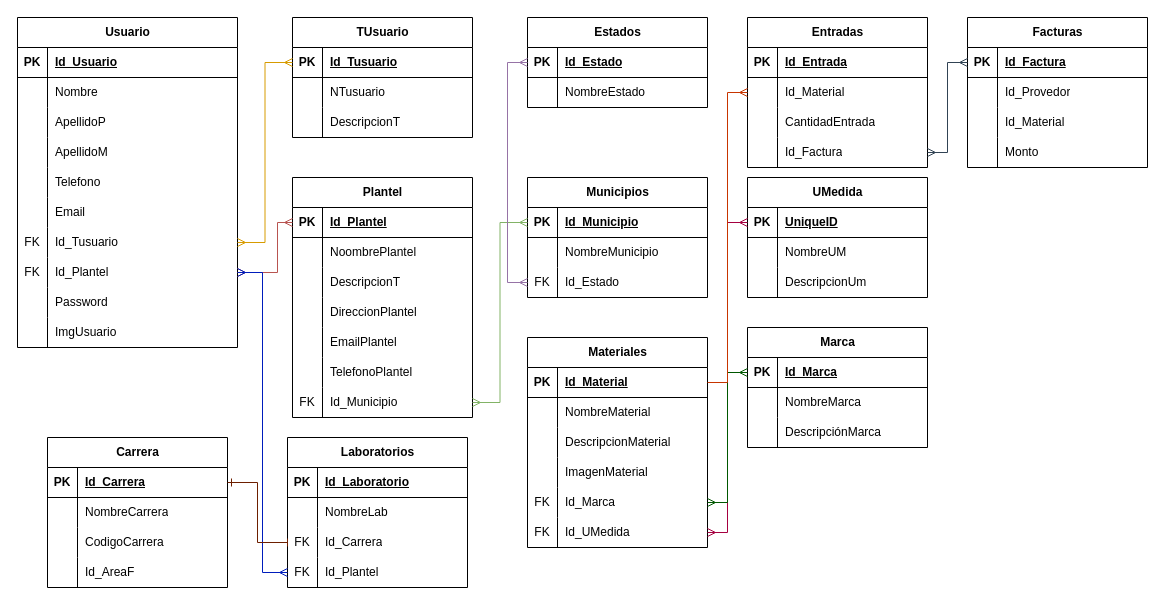
Before: page "Modelo_Relacional" (2 of 2) of Diagrama sin título.drawio in JlchavezG/ContruccionBd, a draw.io diagram. Source tidied: cells renumbered, new cells numbered last; positions are measured from the earlier drawing's top-left corner, leaving out a move shared by most shapes. Both pictures are drawn from the tidied source at 100%, with x=0, y=0 at pixel (17, 17).
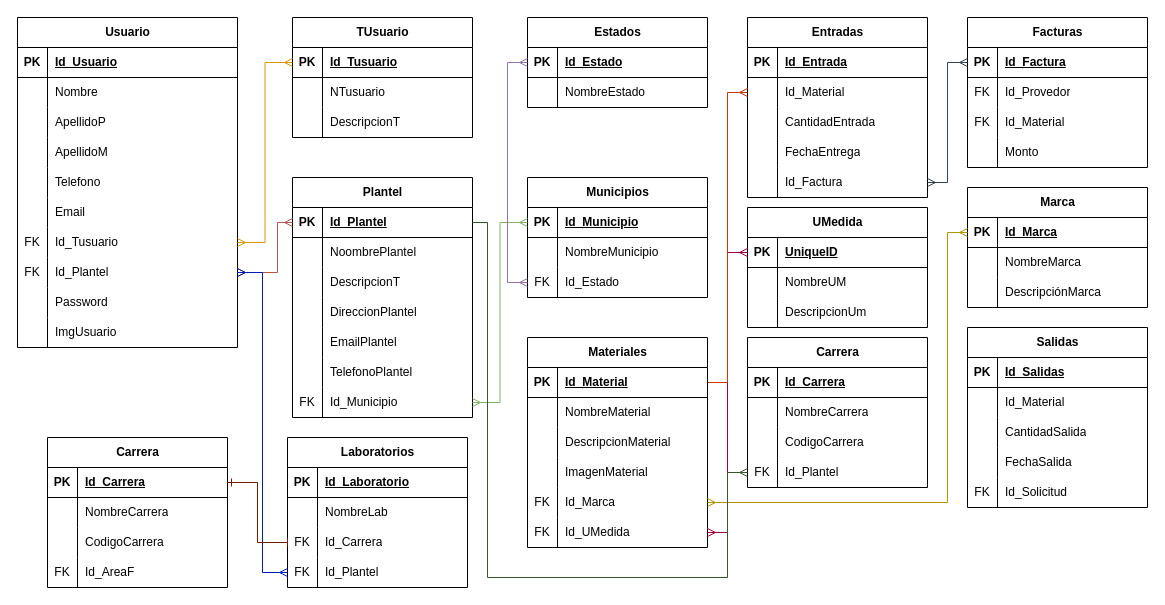
The same diagram, later.

The change refers to these unchanged cells:
```xml
<mxCell id="45" style="shape=tableRow;horizontal=0;startSize=0;swimlaneHead=0;swimlaneBody=0;fillColor=none;points=[[0,0.5],[1,0.5]];portConstraint=eastwest;top=0;left=0;right=0;bottom=1;" parent="44" vertex="1">
  <mxGeometry y="30" width="180" height="30" as="geometry" />
</mxCell>
<mxCell id="113" style="shape=tableRow;horizontal=0;startSize=0;swimlaneHead=0;swimlaneBody=0;fillColor=none;points=[[0,0.5],[1,0.5]];portConstraint=eastwest;top=0;left=0;right=0;bottom=0;" parent="100" vertex="1">
  <mxGeometry y="150" width="180" height="30" as="geometry" />
</mxCell>
<mxCell id="131" style="shape=tableRow;horizontal=0;startSize=0;swimlaneHead=0;swimlaneBody=0;fillColor=none;points=[[0,0.5],[1,0.5]];portConstraint=eastwest;top=0;left=0;right=0;bottom=1;" parent="130" vertex="1">
  <mxGeometry y="30" width="180" height="30" as="geometry" />
</mxCell>
<mxCell id="151" style="shape=tableRow;horizontal=0;startSize=0;swimlaneHead=0;swimlaneBody=0;fillColor=none;top=0;left=0;right=0;bottom=0;" parent="141" vertex="1">
  <mxGeometry y="120" width="180" height="30" as="geometry" />
</mxCell>
<mxCell id="172" style="shape=tableRow;horizontal=0;startSize=0;swimlaneHead=0;swimlaneBody=0;fillColor=none;top=0;left=0;right=0;bottom=0;" parent="168" vertex="1">
  <mxGeometry y="60" width="180" height="30" as="geometry" />
</mxCell>
<mxCell id="175" style="shape=tableRow;horizontal=0;startSize=0;swimlaneHead=0;swimlaneBody=0;fillColor=none;top=0;left=0;right=0;bottom=0;" parent="168" vertex="1">
  <mxGeometry y="90" width="180" height="30" as="geometry" />
</mxCell>
```

The edit, as a diff of the source:
```diff
@@
     <mxCell id="119" value="UMedida" style="shape=table;startSize=30;childLayout=tableLayout;rowLines=0;fontStyle=1;align=center;html=1;" parent="1" vertex="1">
-      <mxGeometry x="730" y="160" width="180" height="120" as="geometry" />
+      <mxGeometry x="730" y="190" width="180" height="120" as="geometry" />
     </mxCell>
@@
     <mxCell id="130" value="Marca" style="shape=table;startSize=30;childLayout=tableLayout;rowLines=0;fontStyle=1;align=center;html=1;" parent="1" vertex="1">
-      <mxGeometry x="730" y="310" width="180" height="120" as="geometry" />
+      <mxGeometry x="950" y="170" width="180" height="120" as="geometry" />
     </mxCell>
@@
-    <mxCell id="140" style="edgeStyle=orthogonalEdgeStyle;rounded=0;jettySize=auto;html=1;entryX=1;entryY=0.5;entryDx=0;entryDy=0;fillColor=#008a00;strokeColor=#005700;startArrow=ERmany;startFill=0;endArrow=ERmany;endFill=0;" parent="1" edge="1" source="131" target="113">
-      <mxGeometry relative="1" as="geometry" />
-    </mxCell>
@@
-    <mxCell id="152" style="shape=partialRectangle;fillColor=none;top=0;left=0;bottom=0;right=0;overflow=hidden;whiteSpace=wrap;html=1;" parent="151" vertex="1">
+    <mxCell id="152" value="FK" style="shape=partialRectangle;fillColor=none;top=0;left=0;bottom=0;right=0;overflow=hidden;whiteSpace=wrap;html=1;" parent="151" vertex="1">
       <mxGeometry width="30" height="30" as="geometry" />
     </mxCell>
@@
     <mxCell id="155" value="Entradas" style="shape=table;startSize=30;childLayout=tableLayout;rowLines=0;fontStyle=1;align=center;html=1;" parent="1" vertex="1">
-      <mxGeometry x="730" width="180" height="150" as="geometry" />
+      <mxGeometry x="730" width="180" height="180" as="geometry" />
     </mxCell>
@@
+    <mxCell id="183" style="shape=tableRow;horizontal=0;startSize=0;swimlaneHead=0;swimlaneBody=0;fillColor=none;top=0;left=0;right=0;bottom=0;" parent="155" vertex="1">
+      <mxGeometry y="120" width="180" height="30" as="geometry" />
+    </mxCell>
+    <mxCell id="184" style="shape=partialRectangle;fillColor=none;top=0;left=0;bottom=0;right=0;overflow=hidden;whiteSpace=wrap;html=1;" parent="183" vertex="1">
+      <mxGeometry width="30" height="30" as="geometry" />
+    </mxCell>
+    <mxCell id="185" value="FechaEntrega" style="shape=partialRectangle;fillColor=none;top=0;left=0;bottom=0;right=0;align=left;spacingLeft=6;overflow=hidden;whiteSpace=wrap;html=1;" parent="183" vertex="1">
+      <mxGeometry x="30" width="150" height="30" as="geometry" />
+    </mxCell>
     <mxCell id="165" style="shape=tableRow;horizontal=0;startSize=0;swimlaneHead=0;swimlaneBody=0;fillColor=none;points=[[0,0.5],[1,0.5]];portConstraint=eastwest;top=0;left=0;right=0;bottom=0;" parent="155" vertex="1">
-      <mxGeometry y="120" width="180" height="30" as="geometry" />
+      <mxGeometry y="150" width="180" height="30" as="geometry" />
     </mxCell>
@@
-    <mxCell id="173" style="shape=partialRectangle;fillColor=none;top=0;left=0;bottom=0;right=0;overflow=hidden;whiteSpace=wrap;html=1;" parent="172" vertex="1">
+    <mxCell id="173" value="FK" style="shape=partialRectangle;fillColor=none;top=0;left=0;bottom=0;right=0;overflow=hidden;whiteSpace=wrap;html=1;" parent="172" vertex="1">
       <mxGeometry width="30" height="30" as="geometry" />
     </mxCell>
@@
-    <mxCell id="176" style="shape=partialRectangle;fillColor=none;top=0;left=0;bottom=0;right=0;overflow=hidden;whiteSpace=wrap;html=1;" parent="175" vertex="1">
+    <mxCell id="176" value="FK" style="shape=partialRectangle;fillColor=none;top=0;left=0;bottom=0;right=0;overflow=hidden;whiteSpace=wrap;html=1;" parent="175" vertex="1">
       <mxGeometry width="30" height="30" as="geometry" />
     </mxCell>
@@
+    <mxCell id="140" style="edgeStyle=orthogonalEdgeStyle;rounded=0;jettySize=auto;html=1;entryX=1;entryY=0.5;entryDx=0;entryDy=0;fillColor=#e3c800;strokeColor=#B09500;startArrow=ERmany;startFill=0;endArrow=ERmany;endFill=0;" parent="1" edge="1" source="131" target="113">
+      <mxGeometry relative="1" as="geometry">
+        <Array as="points">
+          <mxPoint x="930" y="215" />
+          <mxPoint x="930" y="485" />
+        </Array>
+      </mxGeometry>
+    </mxCell>
+    <mxCell id="186" value="Salidas" style="shape=table;startSize=30;childLayout=tableLayout;rowLines=0;fontStyle=1;align=center;html=1;" parent="1" vertex="1">
+      <mxGeometry x="950" y="310" width="180" height="180" as="geometry" />
+    </mxCell>
+    <mxCell id="187" style="shape=tableRow;horizontal=0;startSize=0;swimlaneHead=0;swimlaneBody=0;fillColor=none;top=0;left=0;right=0;bottom=1;" parent="186" vertex="1">
+      <mxGeometry y="30" width="180" height="30" as="geometry" />
+    </mxCell>
+    <mxCell id="188" value="PK" style="shape=partialRectangle;fillColor=none;top=0;left=0;bottom=0;right=0;fontStyle=1;overflow=hidden;whiteSpace=wrap;html=1;" parent="187" vertex="1">
+      <mxGeometry width="30" height="30" as="geometry" />
+    </mxCell>
+    <mxCell id="189" value="Id_Salidas" style="shape=partialRectangle;fillColor=none;top=0;left=0;bottom=0;right=0;align=left;spacingLeft=6;fontStyle=5;overflow=hidden;whiteSpace=wrap;html=1;" parent="187" vertex="1">
+      <mxGeometry x="30" width="150" height="30" as="geometry" />
+    </mxCell>
+    <mxCell id="190" style="shape=tableRow;horizontal=0;startSize=0;swimlaneHead=0;swimlaneBody=0;fillColor=none;top=0;left=0;right=0;bottom=0;" parent="186" vertex="1">
+      <mxGeometry y="60" width="180" height="30" as="geometry" />
+    </mxCell>
+    <mxCell id="191" style="shape=partialRectangle;fillColor=none;top=0;left=0;bottom=0;right=0;overflow=hidden;whiteSpace=wrap;html=1;" parent="190" vertex="1">
+      <mxGeometry width="30" height="30" as="geometry" />
+    </mxCell>
+    <mxCell id="192" value="Id_Material" style="shape=partialRectangle;fillColor=none;top=0;left=0;bottom=0;right=0;align=left;spacingLeft=6;overflow=hidden;whiteSpace=wrap;html=1;" parent="190" vertex="1">
+      <mxGeometry x="30" width="150" height="30" as="geometry" />
+    </mxCell>
+    <mxCell id="193" style="shape=tableRow;horizontal=0;startSize=0;swimlaneHead=0;swimlaneBody=0;fillColor=none;top=0;left=0;right=0;bottom=0;" parent="186" vertex="1">
+      <mxGeometry y="90" width="180" height="30" as="geometry" />
+    </mxCell>
+    <mxCell id="194" style="shape=partialRectangle;fillColor=none;top=0;left=0;bottom=0;right=0;overflow=hidden;whiteSpace=wrap;html=1;" parent="193" vertex="1">
+      <mxGeometry width="30" height="30" as="geometry" />
+    </mxCell>
+    <mxCell id="195" value="CantidadSalida" style="shape=partialRectangle;fillColor=none;top=0;left=0;bottom=0;right=0;align=left;spacingLeft=6;overflow=hidden;whiteSpace=wrap;html=1;" parent="193" vertex="1">
+      <mxGeometry x="30" width="150" height="30" as="geometry" />
+    </mxCell>
+    <mxCell id="196" style="shape=tableRow;horizontal=0;startSize=0;swimlaneHead=0;swimlaneBody=0;fillColor=none;top=0;left=0;right=0;bottom=0;" parent="186" vertex="1">
+      <mxGeometry y="120" width="180" height="30" as="geometry" />
+    </mxCell>
+    <mxCell id="197" style="shape=partialRectangle;fillColor=none;top=0;left=0;bottom=0;right=0;overflow=hidden;whiteSpace=wrap;html=1;" parent="196" vertex="1">
+      <mxGeometry width="30" height="30" as="geometry" />
+    </mxCell>
+    <mxCell id="198" value="FechaSalida" style="shape=partialRectangle;fillColor=none;top=0;left=0;bottom=0;right=0;align=left;spacingLeft=6;overflow=hidden;whiteSpace=wrap;html=1;" parent="196" vertex="1">
+      <mxGeometry x="30" width="150" height="30" as="geometry" />
+    </mxCell>
+    <mxCell id="199" style="shape=tableRow;horizontal=0;startSize=0;swimlaneHead=0;swimlaneBody=0;fillColor=none;top=0;left=0;right=0;bottom=0;" parent="186" vertex="1">
+      <mxGeometry y="150" width="180" height="30" as="geometry" />
+    </mxCell>
+    <mxCell id="200" value="FK" style="shape=partialRectangle;fillColor=none;top=0;left=0;bottom=0;right=0;overflow=hidden;whiteSpace=wrap;html=1;" parent="199" vertex="1">
+      <mxGeometry width="30" height="30" as="geometry" />
+    </mxCell>
+    <mxCell id="201" value="Id_Solicitud" style="shape=partialRectangle;fillColor=none;top=0;left=0;bottom=0;right=0;align=left;spacingLeft=6;overflow=hidden;whiteSpace=wrap;html=1;" parent="199" vertex="1">
+      <mxGeometry x="30" width="150" height="30" as="geometry" />
+    </mxCell>
+    <mxCell id="202" value="Carrera" style="shape=table;startSize=30;childLayout=tableLayout;rowLines=0;fontStyle=1;align=center;html=1;" parent="1" vertex="1">
+      <mxGeometry x="730" y="320" width="180" height="150" as="geometry" />
+    </mxCell>
+    <mxCell id="203" style="shape=tableRow;horizontal=0;startSize=0;swimlaneHead=0;swimlaneBody=0;fillColor=none;top=0;left=0;right=0;bottom=1;" parent="202" vertex="1">
+      <mxGeometry y="30" width="180" height="30" as="geometry" />
+    </mxCell>
+    <mxCell id="204" value="PK" style="shape=partialRectangle;fillColor=none;top=0;left=0;bottom=0;right=0;fontStyle=1;overflow=hidden;whiteSpace=wrap;html=1;" parent="203" vertex="1">
+      <mxGeometry width="30" height="30" as="geometry" />
+    </mxCell>
+    <mxCell id="205" value="Id_Carrera" style="shape=partialRectangle;fillColor=none;top=0;left=0;bottom=0;right=0;align=left;spacingLeft=6;fontStyle=5;overflow=hidden;whiteSpace=wrap;html=1;" parent="203" vertex="1">
+      <mxGeometry x="30" width="150" height="30" as="geometry" />
+    </mxCell>
+    <mxCell id="206" style="shape=tableRow;horizontal=0;startSize=0;swimlaneHead=0;swimlaneBody=0;fillColor=none;top=0;left=0;right=0;bottom=0;" parent="202" vertex="1">
+      <mxGeometry y="60" width="180" height="30" as="geometry" />
+    </mxCell>
+    <mxCell id="207" style="shape=partialRectangle;fillColor=none;top=0;left=0;bottom=0;right=0;overflow=hidden;whiteSpace=wrap;html=1;" parent="206" vertex="1">
+      <mxGeometry width="30" height="30" as="geometry" />
+    </mxCell>
+    <mxCell id="208" value="NombreCarrera" style="shape=partialRectangle;fillColor=none;top=0;left=0;bottom=0;right=0;align=left;spacingLeft=6;overflow=hidden;whiteSpace=wrap;html=1;" parent="206" vertex="1">
+      <mxGeometry x="30" width="150" height="30" as="geometry" />
+    </mxCell>
+    <mxCell id="209" style="shape=tableRow;horizontal=0;startSize=0;swimlaneHead=0;swimlaneBody=0;fillColor=none;top=0;left=0;right=0;bottom=0;" parent="202" vertex="1">
+      <mxGeometry y="90" width="180" height="30" as="geometry" />
+    </mxCell>
+    <mxCell id="210" style="shape=partialRectangle;fillColor=none;top=0;left=0;bottom=0;right=0;overflow=hidden;whiteSpace=wrap;html=1;" parent="209" vertex="1">
+      <mxGeometry width="30" height="30" as="geometry" />
+    </mxCell>
+    <mxCell id="211" value="CodigoCarrera" style="shape=partialRectangle;fillColor=none;top=0;left=0;bottom=0;right=0;align=left;spacingLeft=6;overflow=hidden;whiteSpace=wrap;html=1;" parent="209" vertex="1">
+      <mxGeometry x="30" width="150" height="30" as="geometry" />
+    </mxCell>
+    <mxCell id="212" style="shape=tableRow;horizontal=0;startSize=0;swimlaneHead=0;swimlaneBody=0;fillColor=none;points=[[0,0.5],[1,0.5]];portConstraint=eastwest;top=0;left=0;right=0;bottom=0;" parent="202" vertex="1">
+      <mxGeometry y="120" width="180" height="30" as="geometry" />
+    </mxCell>
+    <mxCell id="213" value="FK" style="shape=partialRectangle;fillColor=none;top=0;left=0;bottom=0;right=0;overflow=hidden;whiteSpace=wrap;html=1;" parent="212" vertex="1">
+      <mxGeometry width="30" height="30" as="geometry" />
+    </mxCell>
+    <mxCell id="214" value="Id_Plantel" style="shape=partialRectangle;fillColor=none;top=0;left=0;bottom=0;right=0;align=left;spacingLeft=6;overflow=hidden;whiteSpace=wrap;html=1;" parent="212" vertex="1">
+      <mxGeometry x="30" width="150" height="30" as="geometry" />
+    </mxCell>
+    <mxCell id="215" style="edgeStyle=orthogonalEdgeStyle;rounded=0;jettySize=auto;html=1;exitX=1;exitY=0.5;exitDx=0;exitDy=0;fillColor=#6d8764;strokeColor=#3A5431;endArrow=ERmany;endFill=0;" parent="1" edge="1" source="45" target="212">
+      <mxGeometry relative="1" as="geometry">
+        <Array as="points">
+          <mxPoint x="470" y="205" />
+          <mxPoint x="470" y="560" />
+          <mxPoint x="710" y="560" />
+          <mxPoint x="710" y="455" />
+        </Array>
+      </mxGeometry>
+    </mxCell>
```
